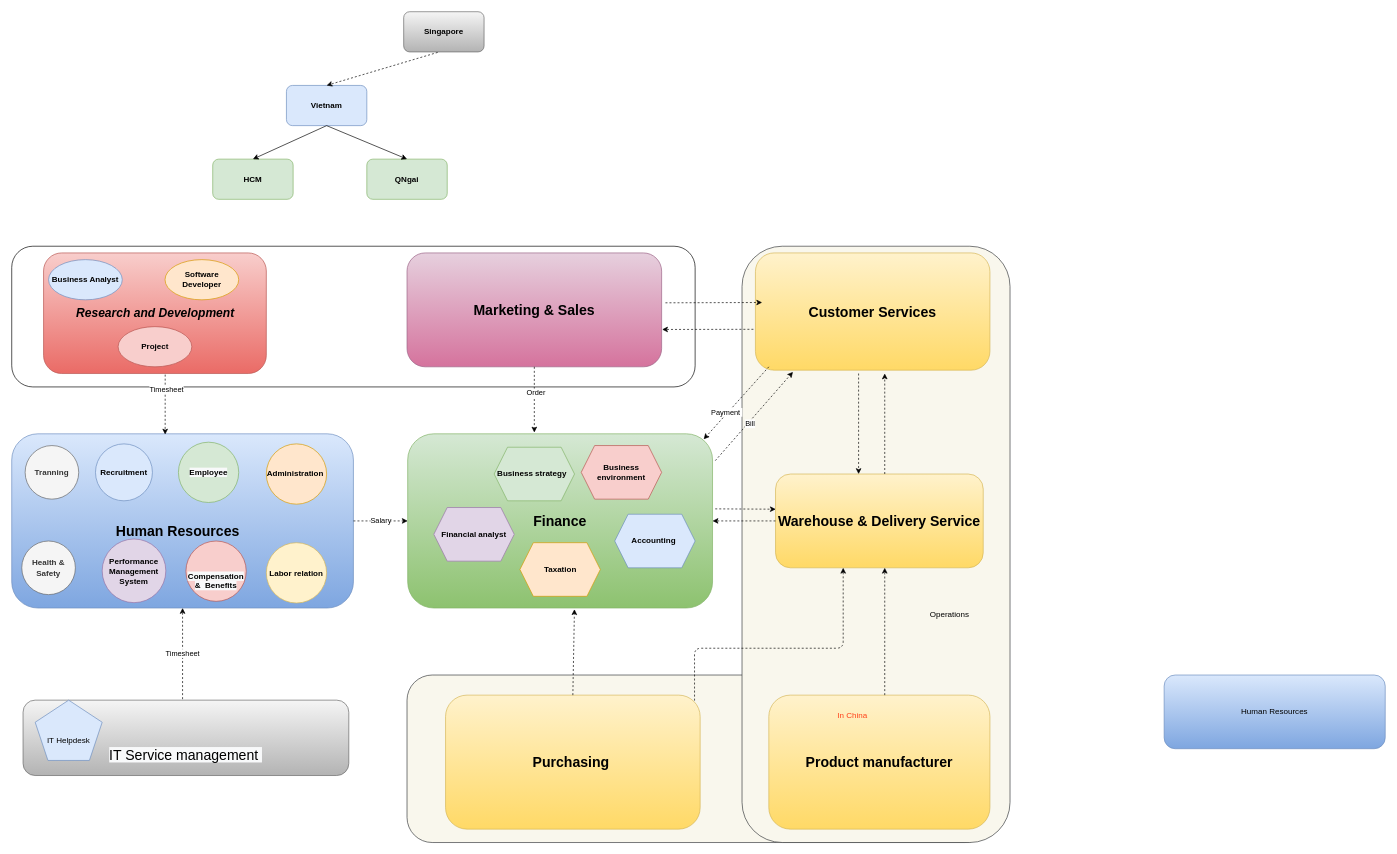
Earlier version of the draw.io diagram page "Org_Chart" (1 of 4) of 04_docs/Department_Organizational_chart.drawio (letrthong/business). Source tidied: cells renumbered, new cells numbered last; positions are measured from the earlier drawing's top-left corner, leaving out a move shared by most shapes. Both pictures are drawn from the tidied source at 67%, with x=0, y=0 at pixel (11, 11).
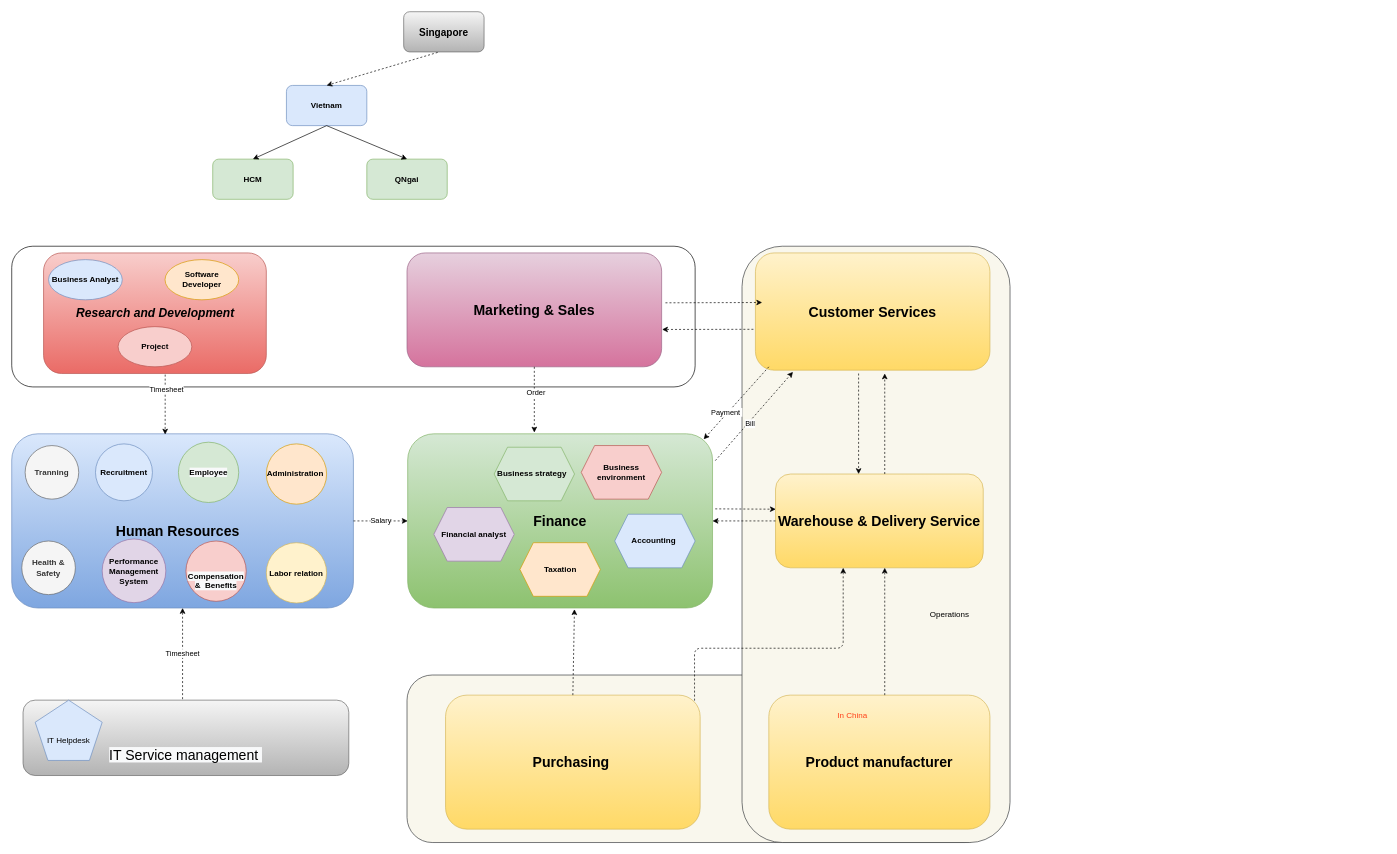
The same diagram, later.

Diff of the diagram source:
```diff
@@
-    <mxCell id="17" value="Human Resources" style="rounded=1;whiteSpace=wrap;html=1;fillColor=#dae8fc;strokeColor=#6c8ebf;gradientColor=#7ea6e0;" parent="1" vertex="1">
-      <mxGeometry x="1720" y="990" width="330" height="110" as="geometry" />
-    </mxCell>
@@
-    <mxCell id="47" value="&lt;b&gt;Singapore &lt;/b&gt;" style="rounded=1;whiteSpace=wrap;html=1;fillColor=#f5f5f5;strokeColor=#666666;gradientColor=#b3b3b3;" parent="1" vertex="1">
+    <mxCell id="47" value="&lt;b&gt;&lt;font style=&quot;font-size: 15px&quot;&gt;Singapore &lt;/font&gt;&lt;/b&gt;" style="rounded=1;whiteSpace=wrap;html=1;fillColor=#f5f5f5;strokeColor=#666666;gradientColor=#b3b3b3;" parent="1" vertex="1">
       <mxGeometry x="585" width="120" height="60" as="geometry" />
     </mxCell>
```
